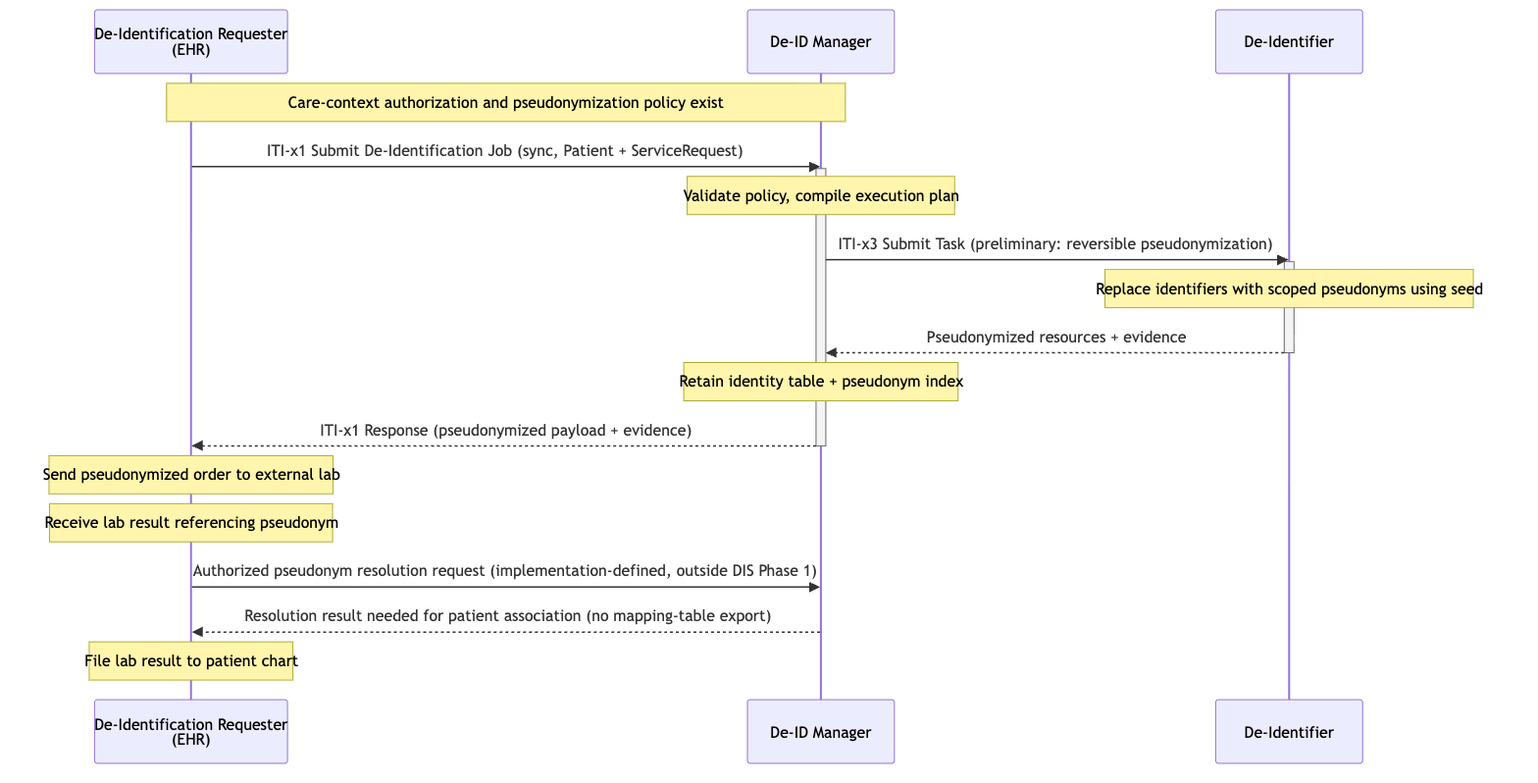
Before: input/images/dis-uc3-clinical-pathology.png, a diagram exported from Mermaid (IHE/ITI.DIS). Its source is kept beside it as input/images-source/dis-uc3-clinical-pathology.mmd.
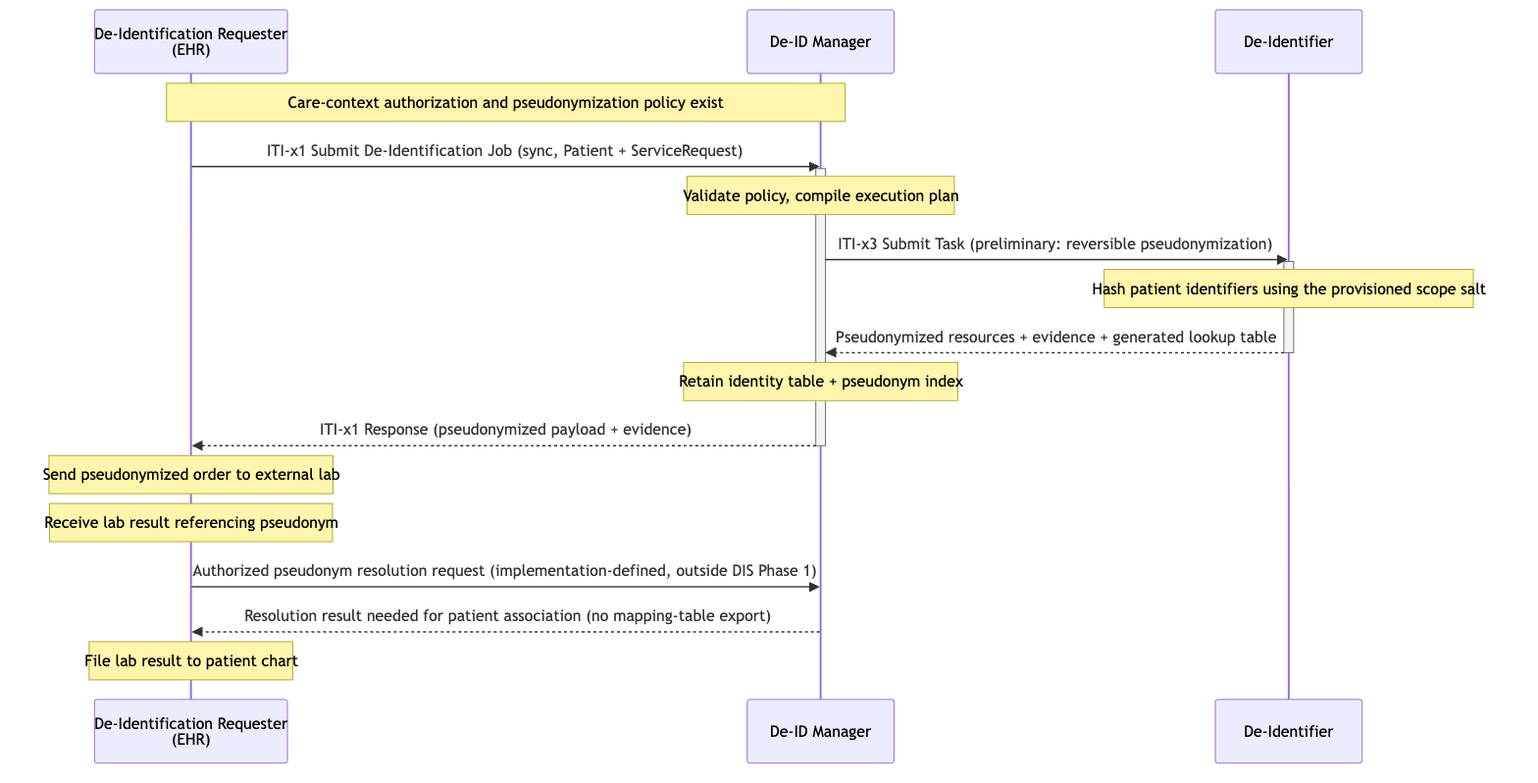
The same diagram one commit later.

What changed in the source:
```diff
@@ -11,8 +11,8 @@
 
     MGR->>DI: ITI-x3 Submit Task (preliminary: reversible pseudonymization)
     activate DI
-    Note over DI: Replace identifiers with scoped pseudonyms using seed
-    DI-->>MGR: Pseudonymized resources + evidence
+    Note over DI: Hash patient identifiers using the provisioned scope salt
+    DI-->>MGR: Pseudonymized resources + evidence + generated lookup table
     deactivate DI
 
     Note over MGR: Retain identity table + pseudonym index
```
